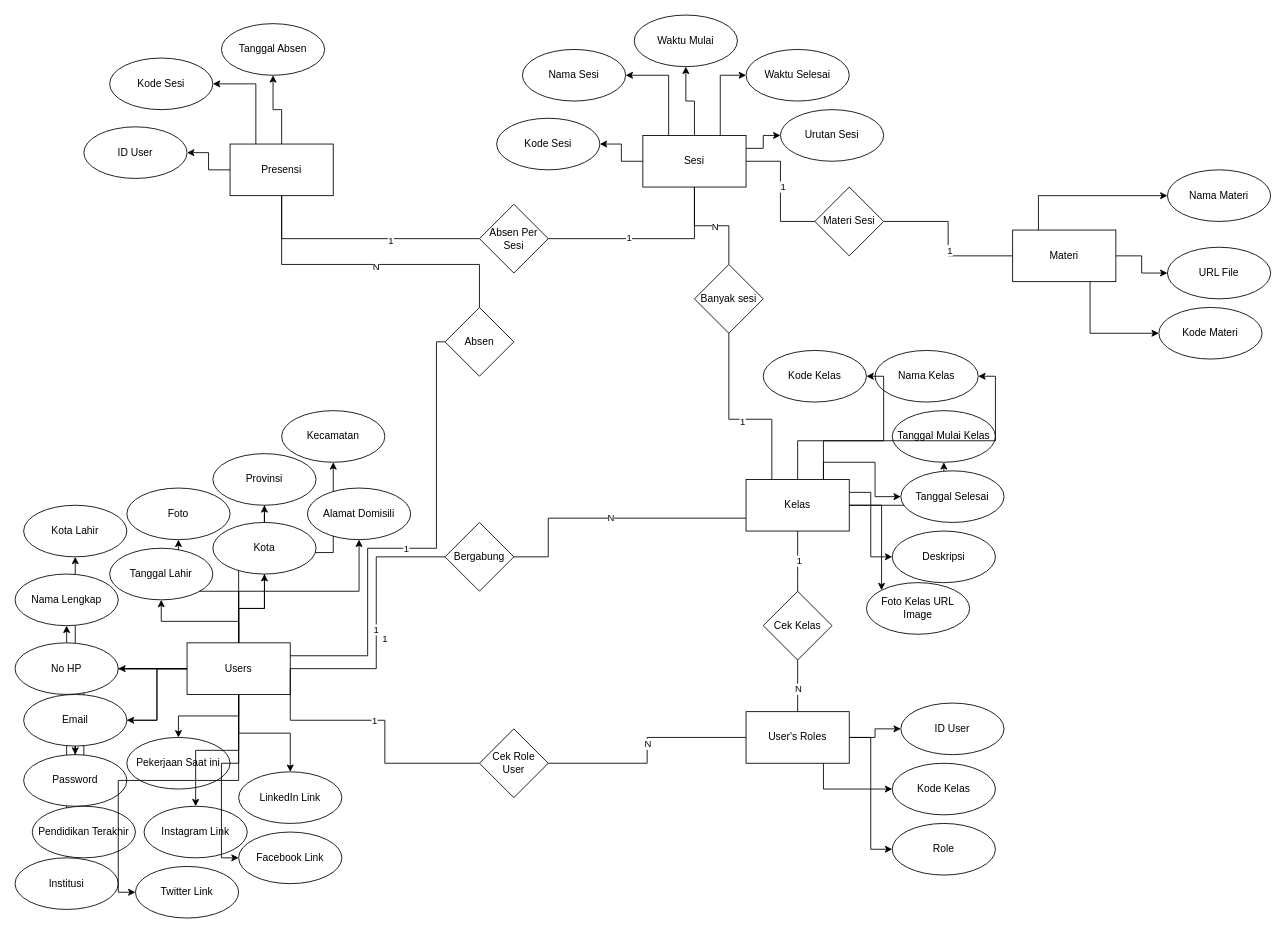
Earlier version of the draw.io diagram Fransiska C - ERD.drawio (cryst91/diagrams). Source tidied: cells renumbered, new cells numbered last; positions are measured from the earlier drawing's top-left corner, leaving out a move shared by most shapes. Both pictures are drawn from the tidied source at 86%, with x=0, y=0 at pixel (15, 15).
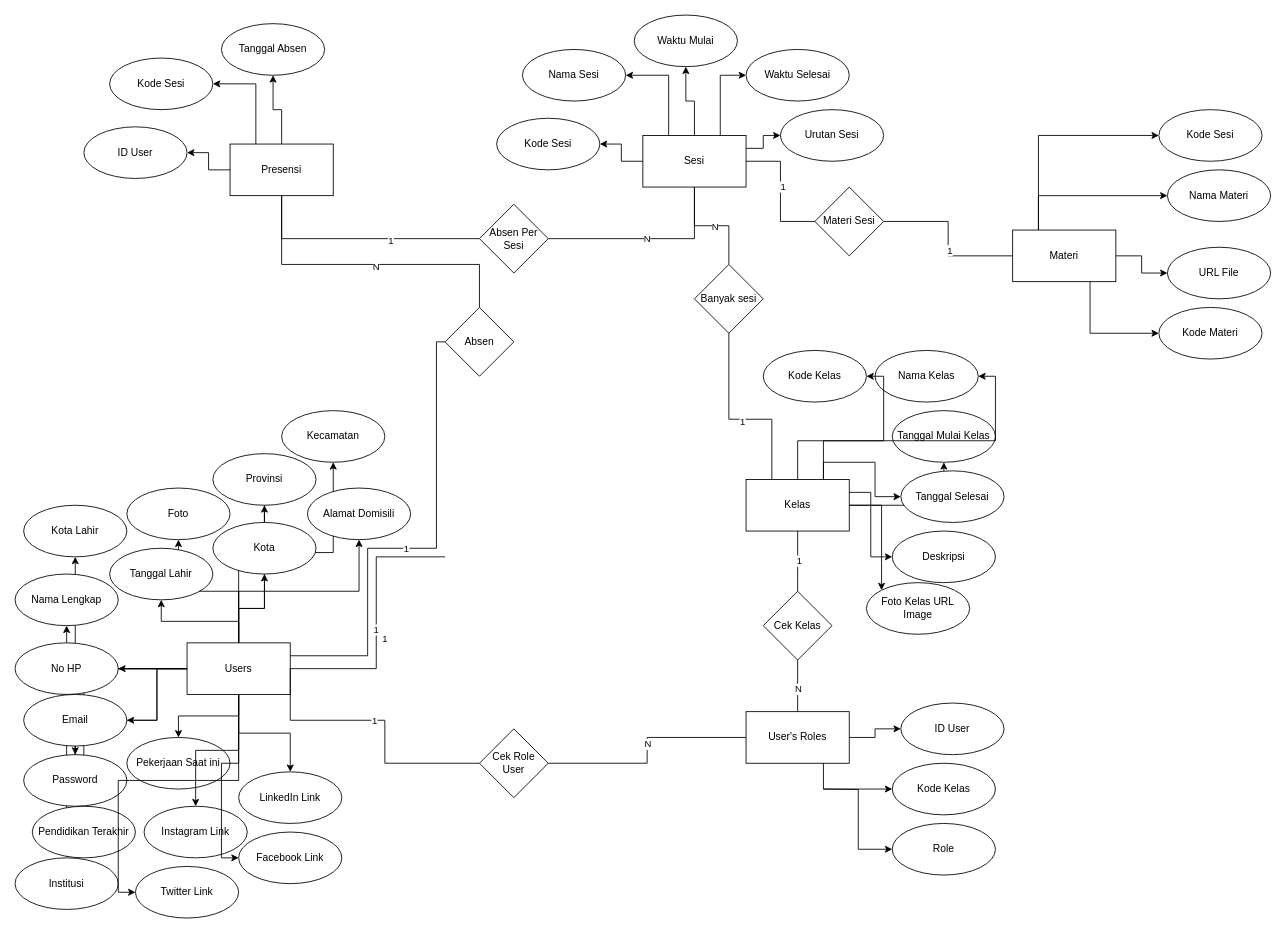
The same page after the edit.

The change refers to these unchanged cells:
```xml
<mxCell id="16" value="Users" style="whiteSpace=wrap;html=1;" parent="1" vertex="1">
  <mxGeometry x="200" y="730" width="120" height="60" as="geometry" />
</mxCell>
<mxCell id="42" value="Kelas" style="whiteSpace=wrap;html=1;" parent="1" vertex="1">
  <mxGeometry x="850" y="540" width="120" height="60" as="geometry" />
</mxCell>
<mxCell id="60" value="User's Roles" style="rounded=0;whiteSpace=wrap;html=1;" parent="1" vertex="1">
  <mxGeometry x="850" y="810" width="120" height="60" as="geometry" />
</mxCell>
<mxCell id="63" value="Role" style="ellipse;whiteSpace=wrap;html=1;" parent="1" vertex="1">
  <mxGeometry x="1020" y="940" width="120" height="60" as="geometry" />
</mxCell>
<mxCell id="77" value="Sesi" style="whiteSpace=wrap;html=1;" parent="1" vertex="1">
  <mxGeometry x="730" y="140" width="120" height="60" as="geometry" />
</mxCell>
<mxCell id="108" value="Absen Per Sesi" style="rhombus;whiteSpace=wrap;html=1;" parent="1" vertex="1">
  <mxGeometry x="540" y="220" width="80" height="80" as="geometry" />
</mxCell>
<mxCell id="110" value="Materi" style="whiteSpace=wrap;html=1;" parent="1" vertex="1">
  <mxGeometry x="1160" y="250" width="120" height="60" as="geometry" />
</mxCell>
```

Diff of the diagram source:
```diff
@@
-    <mxCell id="54" value="Bergabung" style="rhombus;whiteSpace=wrap;html=1;" parent="1" vertex="1">
-      <mxGeometry x="500" y="590" width="80" height="80" as="geometry" />
-    </mxCell>
-    <mxCell id="55" style="endArrow=none;html=1;rounded=0;edgeStyle=orthogonalEdgeStyle;exitX=1;exitY=0.5;exitDx=0;exitDy=0;entryX=0;entryY=0.5;entryDx=0;entryDy=0;" parent="1" edge="1" source="16" target="54">
+    <mxCell id="55" style="endArrow=none;html=1;rounded=0;edgeStyle=orthogonalEdgeStyle;exitX=1;exitY=0.5;exitDx=0;exitDy=0;entryX=0;entryY=0.5;entryDx=0;entryDy=0;" parent="1" edge="1" source="16">
       <mxGeometry relative="1" as="geometry">
+        <mxPoint x="500" y="630" as="targetPoint" />
         <Array as="points">
           <mxPoint x="420" y="760" />
           <mxPoint x="420" y="630" />
         </Array>
       </mxGeometry>
     </mxCell>
@@
-    <mxCell id="57" value="N" style="endArrow=none;html=1;rounded=0;edgeStyle=orthogonalEdgeStyle;exitX=1;exitY=0.5;exitDx=0;exitDy=0;entryX=0;entryY=0.75;entryDx=0;entryDy=0;" parent="1" edge="1" source="54" target="42">
-      <mxGeometry relative="1" as="geometry">
-        <Array as="points">
-          <mxPoint x="620" y="630" />
-          <mxPoint x="620" y="585" />
-        </Array>
-      </mxGeometry>
-    </mxCell>
-    <mxCell id="58" style="edgeStyle=orthogonalEdgeStyle;rounded=0;jettySize=auto;html=1;startArrow=none;startFill=0;endArrow=classic;endFill=1;entryX=0;entryY=0.5;entryDx=0;entryDy=0;" parent="1" edge="1" source="60" target="63">
-      <mxGeometry relative="1" as="geometry" />
+    <mxCell id="58" style="edgeStyle=orthogonalEdgeStyle;rounded=0;jettySize=auto;html=1;startArrow=none;startFill=0;endArrow=classic;endFill=1;entryX=0;entryY=0.5;entryDx=0;entryDy=0;" parent="1" edge="1" target="63">
+      <mxGeometry relative="1" as="geometry">
+        <mxPoint x="940" y="900" as="sourcePoint" />
+      </mxGeometry>
     </mxCell>
@@
-    <mxCell id="104" style="edgeStyle=orthogonalEdgeStyle;rounded=0;jettySize=auto;html=1;startArrow=none;startFill=0;endArrow=none;endFill=0;" parent="1" edge="1" source="108" target="77">
+    <mxCell id="104" value="N" style="edgeStyle=orthogonalEdgeStyle;rounded=0;jettySize=auto;html=1;startArrow=none;startFill=0;endArrow=none;endFill=0;" parent="1" edge="1" source="108" target="77">
       <mxGeometry relative="1" as="geometry" />
     </mxCell>
-    <mxCell id="105" value="1" style="edgeLabel;html=1;align=center;verticalAlign=middle;" parent="104" vertex="1">
-      <mxGeometry x="-0.19" y="2" relative="1" as="geometry" />
-    </mxCell>
@@
+    <mxCell id="121" value="Kode Sesi" style="ellipse;whiteSpace=wrap;html=1;" parent="1" vertex="1">
+      <mxGeometry x="1330" y="110" width="120" height="60" as="geometry" />
+    </mxCell>
+    <mxCell id="122" style="edgeStyle=orthogonalEdgeStyle;rounded=0;jettySize=auto;html=1;startArrow=none;startFill=0;endArrow=classic;endFill=1;exitX=0.25;exitY=0;exitDx=0;exitDy=0;entryX=0;entryY=0.5;entryDx=0;entryDy=0;" parent="1" edge="1" source="110">
+      <mxGeometry relative="1" as="geometry">
+        <mxPoint x="1330" y="140" as="targetPoint" />
+        <Array as="points">
+          <mxPoint x="1190" y="140" />
+        </Array>
+      </mxGeometry>
+    </mxCell>
```
